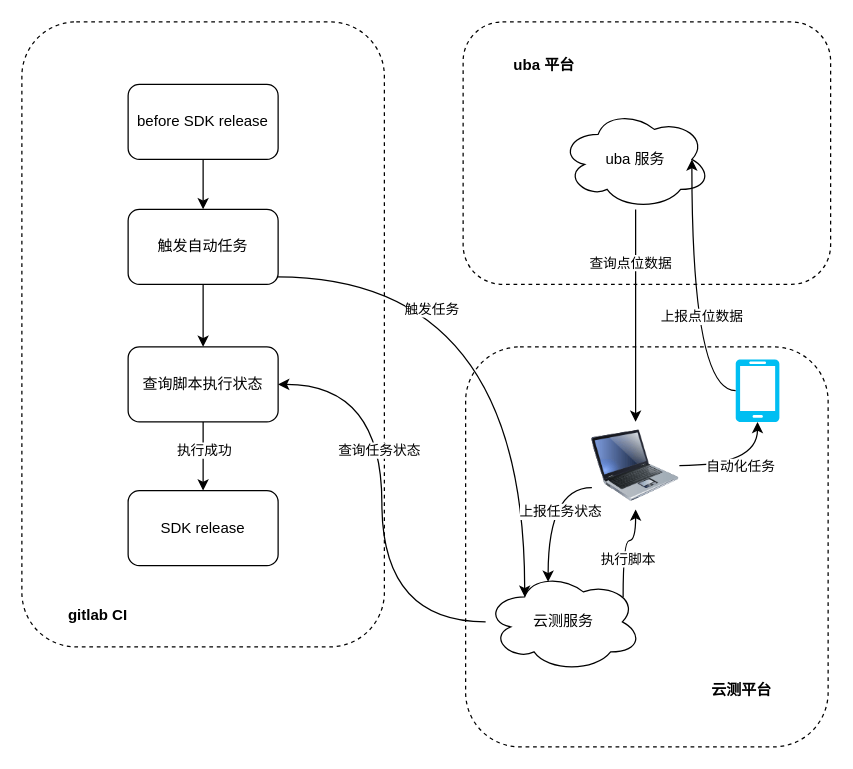
Before: launcher-plugin-eaglet e2e.drawio in itellboy/itellboy, a draw.io diagram. Source tidied: cells renumbered, new cells numbered last; positions are measured from the earlier drawing's top-left corner, leaving out a move shared by most shapes. Both pictures are drawn from the tidied source at 125%, with x=0, y=0 at pixel (21, 21).
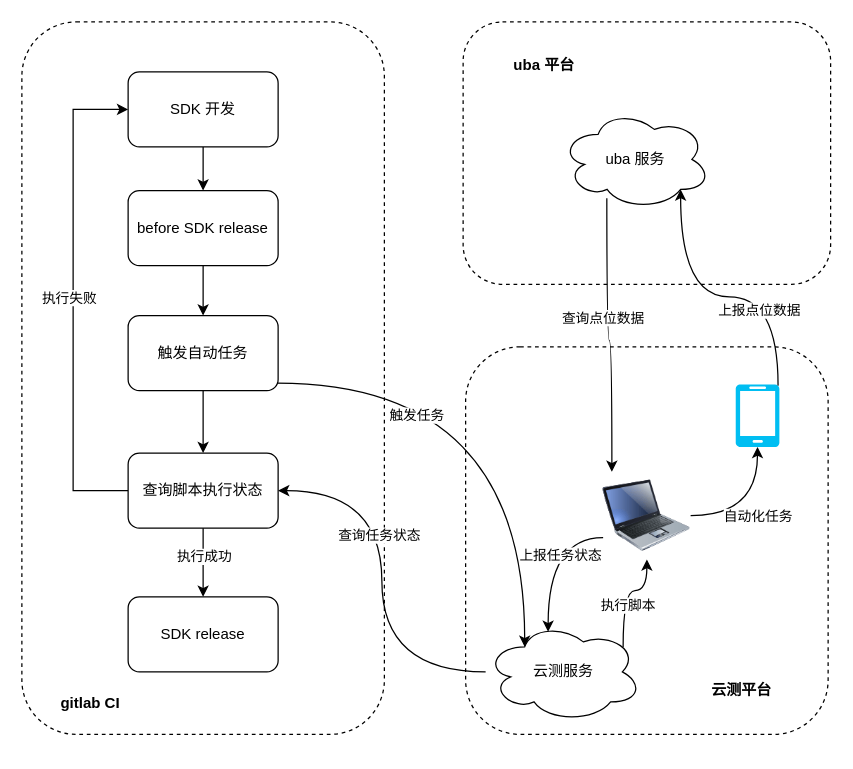
Above is the later version.

The change refers to these unchanged cells:
```xml
<mxCell id="24" value="uba 服务" style="ellipse;shape=cloud;whiteSpace=wrap;html=1;" parent="1" vertex="1">
  <mxGeometry x="431" y="70" width="120" height="80" as="geometry" />
</mxCell>
```

Diff of the diagram source:
```diff
@@
     <mxCell id="2" style="rounded=1;whiteSpace=wrap;html=1;dashed=1;" parent="1" vertex="1">
-      <mxGeometry width="290" height="500" as="geometry" />
+      <mxGeometry width="290" height="570" as="geometry" />
     </mxCell>
@@
     <mxCell id="4" value="before SDK release" style="rounded=1;whiteSpace=wrap;html=1;" parent="1" vertex="1">
-      <mxGeometry x="85" y="50" width="120" height="60" as="geometry" />
+      <mxGeometry x="85" y="135" width="120" height="60" as="geometry" />
     </mxCell>
@@
     <mxCell id="6" value="触发自动任务" style="rounded=1;whiteSpace=wrap;html=1;" parent="1" vertex="1">
-      <mxGeometry x="85" y="150" width="120" height="60" as="geometry" />
+      <mxGeometry x="85" y="235" width="120" height="60" as="geometry" />
     </mxCell>
+    <mxCell id="34" style="edgeStyle=orthogonalEdgeStyle;rounded=0;jettySize=auto;html=1;entryX=0;entryY=0.5;entryDx=0;entryDy=0;exitX=0;exitY=0.5;exitDx=0;exitDy=0;" parent="1" edge="1" source="7" target="37">
+      <mxGeometry relative="1" as="geometry">
+        <Array as="points">
+          <mxPoint x="41" y="375" />
+          <mxPoint x="41" y="70" />
+        </Array>
+      </mxGeometry>
+    </mxCell>
+    <mxCell id="35" value="执行失败" style="edgeLabel;html=1;align=center;verticalAlign=middle;" parent="34" vertex="1">
+      <mxGeometry x="0.01" y="4" relative="1" as="geometry" />
+    </mxCell>
     <mxCell id="7" value="查询脚本执行状态" style="rounded=1;whiteSpace=wrap;html=1;" parent="1" vertex="1">
-      <mxGeometry x="85" y="260" width="120" height="60" as="geometry" />
+      <mxGeometry x="85" y="345" width="120" height="60" as="geometry" />
     </mxCell>
@@
     <mxCell id="10" value="SDK release" style="rounded=1;whiteSpace=wrap;html=1;" parent="1" vertex="1">
-      <mxGeometry x="85" y="375" width="120" height="60" as="geometry" />
+      <mxGeometry x="85" y="460" width="120" height="60" as="geometry" />
     </mxCell>
     <mxCell id="11" value="gitlab CI" style="text;html=1;strokeColor=none;fillColor=none;align=center;verticalAlign=middle;whiteSpace=wrap;rounded=0;fontStyle=1;" parent="1" vertex="1">
-      <mxGeometry x="31" y="460" width="60" height="30" as="geometry" />
+      <mxGeometry x="25" y="530" width="60" height="30" as="geometry" />
     </mxCell>
     <mxCell id="12" style="rounded=1;whiteSpace=wrap;html=1;dashed=1;" parent="1" vertex="1">
-      <mxGeometry x="355" y="260" width="290" height="320" as="geometry" />
+      <mxGeometry x="355" y="260" width="290" height="310" as="geometry" />
     </mxCell>
@@
     <mxCell id="18" value="云测服务" style="ellipse;shape=cloud;whiteSpace=wrap;html=1;" parent="1" vertex="1">
-      <mxGeometry x="371" y="440" width="125" height="80" as="geometry" />
+      <mxGeometry x="371" y="480" width="125" height="80" as="geometry" />
     </mxCell>
     <mxCell id="19" style="verticalLabelPosition=bottom;html=1;verticalAlign=top;align=center;strokeColor=none;fillColor=#00BEF2;shape=mxgraph.azure.mobile;" parent="1" vertex="1">
-      <mxGeometry x="571" y="270" width="35" height="50" as="geometry" />
+      <mxGeometry x="571" y="290" width="35" height="50" as="geometry" />
     </mxCell>
@@
-    <mxCell id="22" style="edgeStyle=orthogonalEdgeStyle;jettySize=auto;html=1;curved=1;" parent="1" edge="1" source="24" target="27">
+    <mxCell id="22" style="edgeStyle=orthogonalEdgeStyle;jettySize=auto;html=1;curved=1;entryX=0.1;entryY=0;entryDx=0;entryDy=0;entryPerimeter=0;exitX=0.308;exitY=0.888;exitDx=0;exitDy=0;exitPerimeter=0;" parent="1" edge="1" source="24" target="27">
       <mxGeometry relative="1" as="geometry" />
     </mxCell>
     <mxCell id="23" value="查询点位数据" style="edgeLabel;html=1;align=center;verticalAlign=middle;" parent="22" vertex="1">
       <mxGeometry x="-0.16" y="-7" relative="1" as="geometry">
-        <mxPoint x="2" y="-29" as="offset" />
+        <mxPoint x="4" y="1" as="offset" />
       </mxGeometry>
     </mxCell>
@@
     <mxCell id="27" style="image;html=1;image=img/lib/clip_art/computers/Laptop_128x128.png;" parent="1" vertex="1">
-      <mxGeometry x="456" y="320" width="70" height="70" as="geometry" />
+      <mxGeometry x="465" y="360" width="70" height="70" as="geometry" />
     </mxCell>
@@
-    <mxCell id="32" style="edgeStyle=orthogonalEdgeStyle;jettySize=auto;html=1;entryX=0.875;entryY=0.5;entryDx=0;entryDy=0;entryPerimeter=0;curved=1;" parent="1" edge="1" source="19" target="24">
+    <mxCell id="32" style="edgeStyle=orthogonalEdgeStyle;jettySize=auto;html=1;entryX=0.8;entryY=0.8;entryDx=0;entryDy=0;entryPerimeter=0;curved=1;exitX=0.97;exitY=0.02;exitDx=0;exitDy=0;exitPerimeter=0;" parent="1" edge="1" source="19" target="24">
       <mxGeometry relative="1" as="geometry" />
     </mxCell>
     <mxCell id="33" value="上报点位数据" style="edgeLabel;html=1;align=center;verticalAlign=middle;" parent="32" vertex="1">
-      <mxGeometry x="-0.14" y="-7" relative="1" as="geometry" />
+      <mxGeometry x="-0.14" y="-7" relative="1" as="geometry">
+        <mxPoint x="14" y="17" as="offset" />
+      </mxGeometry>
     </mxCell>
+    <mxCell id="36" style="edgeStyle=orthogonalEdgeStyle;rounded=0;jettySize=auto;html=1;" parent="1" edge="1" source="37" target="4">
+      <mxGeometry relative="1" as="geometry" />
+    </mxCell>
+    <mxCell id="37" value="SDK 开发" style="rounded=1;whiteSpace=wrap;html=1;" parent="1" vertex="1">
+      <mxGeometry x="85" y="40" width="120" height="60" as="geometry" />
+    </mxCell>
```
